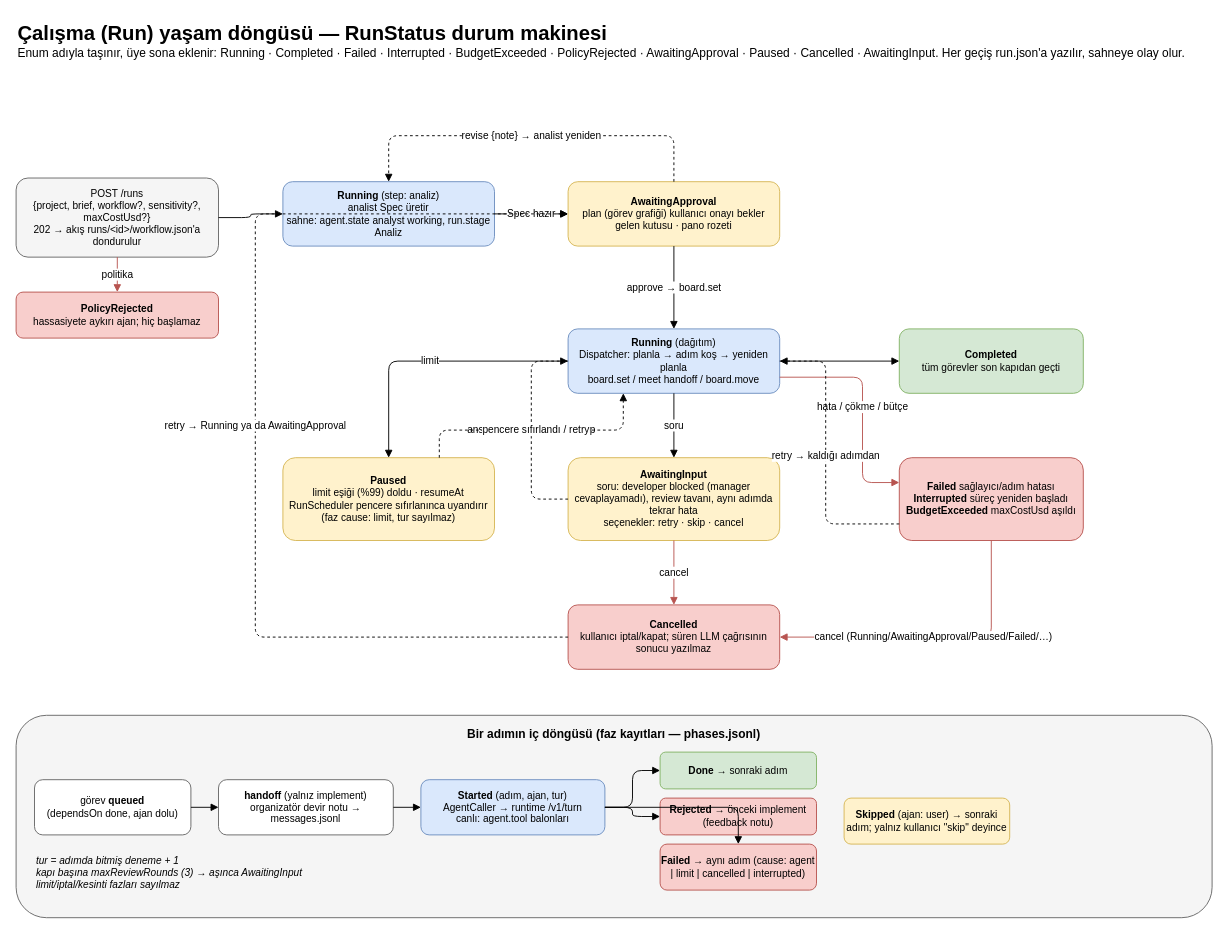
Earlier version of the draw.io diagram page "5 · Çalışma yaşam döngüsü" (5 of 8) of docs/architecture.drawio (mrhobist/mrhobist-agenticoffice). Source tidied: cells renumbered, new cells numbered last; positions are measured from the earlier drawing's top-left corner, leaving out a move shared by most shapes. Both pictures are drawn from the tidied source at 92%, with x=0, y=0 at pixel (16, 16).
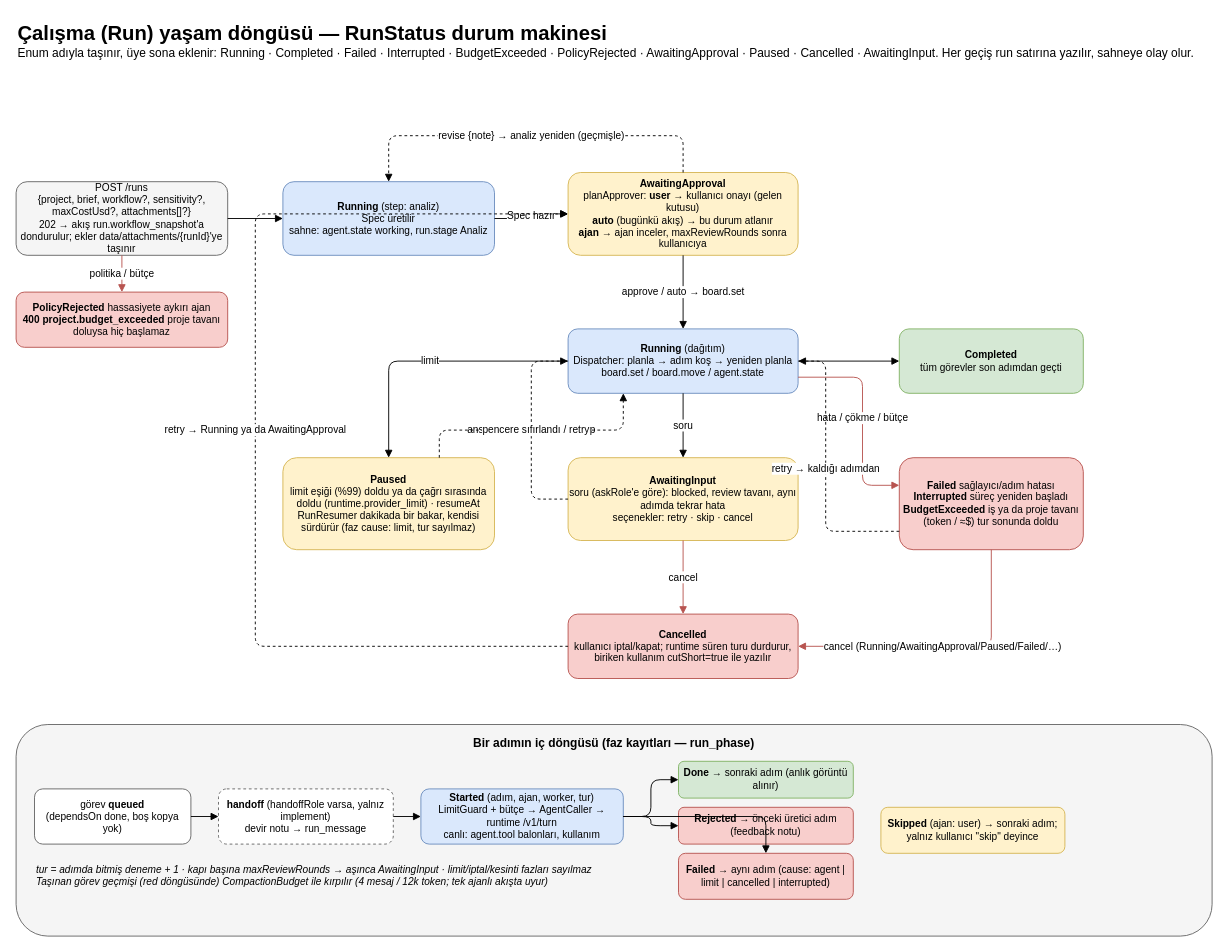
The same diagram, later.

Commit message (it also covers changes not shown here):
docs: architecture.drawio guncel mimariye gore yeniden cizildi

SQLite, tek kisilik dev kadro + kopyalar, MCP/Playwright, ekler, kesif alt ajani,
runtime'i Api'nin baslatmasi. 8 sayfa.

Diff of the diagram source:
```diff
@@
-    <mxCell id="2" value="&lt;b&gt;&lt;font style=&quot;font-size: 22px&quot;&gt;Çalışma (Run) yaşam döngüsü — RunStatus durum makinesi&lt;/font&gt;&lt;/b&gt;&lt;br&gt;Enum adıyla taşınır, üye sona eklenir: Running · Completed · Failed · Interrupted · BudgetExceeded · PolicyRejected · AwaitingApproval · Paused · Cancelled · AwaitingInput. Her geçiş run.json'a yazılır, sahneye olay olur." style="text;html=1;align=left;verticalAlign=top;whiteSpace=wrap;fontSize=13;" parent="1" vertex="1">
+    <mxCell id="2" value="&lt;b&gt;&lt;font style=&quot;font-size: 22px&quot;&gt;Çalışma (Run) yaşam döngüsü — RunStatus durum makinesi&lt;/font&gt;&lt;/b&gt;&lt;br&gt;Enum adıyla taşınır, üye sona eklenir: Running · Completed · Failed · Interrupted · BudgetExceeded · PolicyRejected · AwaitingApproval · Paused · Cancelled · AwaitingInput. Her geçiş run satırına yazılır, sahneye olay olur." style="text;html=1;align=left;verticalAlign=top;whiteSpace=wrap;fontSize=13;" parent="1" vertex="1">
       <mxGeometry width="1300" height="70" as="geometry" />
     </mxCell>
-    <mxCell id="3" value="POST /runs&lt;br&gt;{project, brief, workflow?, sensitivity?, maxCostUsd?}&lt;br&gt;202 → akış runs/&amp;lt;id&amp;gt;/workflow.json'a dondurulur" style="rounded=1;whiteSpace=wrap;html=1;fillColor=#f5f5f5;strokeColor=#666666;fontSize=11;" parent="1" vertex="1">
-      <mxGeometry y="176" width="220" height="86" as="geometry" />
+    <mxCell id="3" value="POST /runs&lt;br&gt;{project, brief, workflow?, sensitivity?, maxCostUsd?, attachments[]?}&lt;br&gt;202 → akış run.workflow_snapshot'a dondurulur; ekler data/attachments/{runId}'ye taşınır" style="rounded=1;whiteSpace=wrap;html=1;fillColor=#f5f5f5;strokeColor=#666666;fontSize=11;" parent="1" vertex="1">
+      <mxGeometry y="180" width="230" height="80" as="geometry" />
     </mxCell>
-    <mxCell id="4" value="&lt;b&gt;PolicyRejected&lt;/b&gt;&lt;br&gt;hassasiyete aykırı ajan; hiç başlamaz" style="rounded=1;whiteSpace=wrap;html=1;fillColor=#f8cecc;strokeColor=#b85450;fontSize=11;" parent="1" vertex="1">
-      <mxGeometry y="300" width="220" height="50" as="geometry" />
+    <mxCell id="4" value="&lt;b&gt;PolicyRejected&lt;/b&gt; hassasiyete aykırı ajan&lt;br&gt;&lt;b&gt;400 project.budget_exceeded&lt;/b&gt; proje tavanı doluysa hiç başlamaz" style="rounded=1;whiteSpace=wrap;html=1;fillColor=#f8cecc;strokeColor=#b85450;fontSize=11;" parent="1" vertex="1">
+      <mxGeometry y="300" width="230" height="60" as="geometry" />
     </mxCell>
-    <mxCell id="5" value="&lt;b&gt;Running&lt;/b&gt; (step: analiz)&lt;br&gt;analist Spec üretir&lt;br&gt;sahne: agent.state analyst working, run.stage Analiz" style="rounded=1;whiteSpace=wrap;html=1;fillColor=#dae8fc;strokeColor=#6c8ebf;fontSize=11;" parent="1" vertex="1">
-      <mxGeometry x="290" y="180" width="230" height="70" as="geometry" />
+    <mxCell id="5" value="&lt;b&gt;Running&lt;/b&gt; (step: analiz)&lt;br&gt;Spec üretilir&lt;br&gt;sahne: agent.state working, run.stage Analiz" style="rounded=1;whiteSpace=wrap;html=1;fillColor=#dae8fc;strokeColor=#6c8ebf;fontSize=11;" parent="1" vertex="1">
+      <mxGeometry x="290" y="180" width="230" height="80" as="geometry" />
     </mxCell>
-    <mxCell id="6" value="&lt;b&gt;AwaitingApproval&lt;/b&gt;&lt;br&gt;plan (görev grafiği) kullanıcı onayı bekler&lt;br&gt;gelen kutusu · pano rozeti" style="rounded=1;whiteSpace=wrap;html=1;fillColor=#fff2cc;strokeColor=#d6b656;fontSize=11;" parent="1" vertex="1">
-      <mxGeometry x="600" y="180" width="230" height="70" as="geometry" />
+    <mxCell id="6" value="&lt;b&gt;AwaitingApproval&lt;/b&gt;&lt;br&gt;planApprover: &lt;b&gt;user&lt;/b&gt; → kullanıcı onayı (gelen kutusu)&lt;br&gt;&lt;b&gt;auto&lt;/b&gt; (bugünkü akış) → bu durum atlanır&lt;br&gt;&lt;b&gt;ajan&lt;/b&gt; → ajan inceler, maxReviewRounds sonra kullanıcıya" style="rounded=1;whiteSpace=wrap;html=1;fillColor=#fff2cc;strokeColor=#d6b656;fontSize=11;" parent="1" vertex="1">
+      <mxGeometry x="600" y="170" width="250" height="90" as="geometry" />
     </mxCell>
-    <mxCell id="7" value="&lt;b&gt;Running&lt;/b&gt; (dağıtım)&lt;br&gt;Dispatcher: planla → adım koş → yeniden planla&lt;br&gt;board.set / meet handoff / board.move" style="rounded=1;whiteSpace=wrap;html=1;fillColor=#dae8fc;strokeColor=#6c8ebf;fontSize=11;" parent="1" vertex="1">
-      <mxGeometry x="600" y="340" width="230" height="70" as="geometry" />
+    <mxCell id="7" value="&lt;b&gt;Running&lt;/b&gt; (dağıtım)&lt;br&gt;Dispatcher: planla → adım koş → yeniden planla&lt;br&gt;board.set / board.move / agent.state" style="rounded=1;whiteSpace=wrap;html=1;fillColor=#dae8fc;strokeColor=#6c8ebf;fontSize=11;" parent="1" vertex="1">
+      <mxGeometry x="600" y="340" width="250" height="70" as="geometry" />
     </mxCell>
-    <mxCell id="8" value="&lt;b&gt;Completed&lt;/b&gt;&lt;br&gt;tüm görevler son kapıdan geçti" style="rounded=1;whiteSpace=wrap;html=1;fillColor=#d5e8d4;strokeColor=#82b366;fontSize=11;" parent="1" vertex="1">
+    <mxCell id="8" value="&lt;b&gt;Completed&lt;/b&gt;&lt;br&gt;tüm görevler son adımdan geçti" style="rounded=1;whiteSpace=wrap;html=1;fillColor=#d5e8d4;strokeColor=#82b366;fontSize=11;" parent="1" vertex="1">
       <mxGeometry x="960" y="340" width="200" height="70" as="geometry" />
     </mxCell>
-    <mxCell id="9" value="&lt;b&gt;AwaitingInput&lt;/b&gt;&lt;br&gt;soru: developer blocked (manager cevaplayamadı), review tavanı, aynı adımda tekrar hata&lt;br&gt;seçenekler: retry · skip · cancel" style="rounded=1;whiteSpace=wrap;html=1;fillColor=#fff2cc;strokeColor=#d6b656;fontSize=11;" parent="1" vertex="1">
-      <mxGeometry x="600" y="480" width="230" height="90" as="geometry" />
+    <mxCell id="9" value="&lt;b&gt;AwaitingInput&lt;/b&gt;&lt;br&gt;soru (askRole'e göre): blocked, review tavanı, aynı adımda tekrar hata&lt;br&gt;seçenekler: retry · skip · cancel" style="rounded=1;whiteSpace=wrap;html=1;fillColor=#fff2cc;strokeColor=#d6b656;fontSize=11;" parent="1" vertex="1">
+      <mxGeometry x="600" y="480" width="250" height="90" as="geometry" />
     </mxCell>
-    <mxCell id="10" value="&lt;b&gt;Paused&lt;/b&gt;&lt;br&gt;limit eşiği (%99) doldu · resumeAt&lt;br&gt;RunScheduler pencere sıfırlanınca uyandırır&lt;br&gt;(faz cause: limit, tur sayılmaz)" style="rounded=1;whiteSpace=wrap;html=1;fillColor=#fff2cc;strokeColor=#d6b656;fontSize=11;" parent="1" vertex="1">
-      <mxGeometry x="290" y="480" width="230" height="90" as="geometry" />
+    <mxCell id="10" value="&lt;b&gt;Paused&lt;/b&gt;&lt;br&gt;limit eşiği (%99) doldu ya da çağrı sırasında doldu (runtime.provider_limit) · resumeAt&lt;br&gt;RunResumer dakikada bir bakar, kendisi sürdürür (faz cause: limit, tur sayılmaz)" style="rounded=1;whiteSpace=wrap;html=1;fillColor=#fff2cc;strokeColor=#d6b656;fontSize=11;" parent="1" vertex="1">
+      <mxGeometry x="290" y="480" width="230" height="100" as="geometry" />
     </mxCell>
-    <mxCell id="11" value="&lt;b&gt;Failed&lt;/b&gt; sağlayıcı/adım hatası&lt;br&gt;&lt;b&gt;Interrupted&lt;/b&gt; süreç yeniden başladı&lt;br&gt;&lt;b&gt;BudgetExceeded&lt;/b&gt; maxCostUsd aşıldı" style="rounded=1;whiteSpace=wrap;html=1;fillColor=#f8cecc;strokeColor=#b85450;fontSize=11;" parent="1" vertex="1">
-      <mxGeometry x="960" y="480" width="200" height="90" as="geometry" />
+    <mxCell id="11" value="&lt;b&gt;Failed&lt;/b&gt; sağlayıcı/adım hatası&lt;br&gt;&lt;b&gt;Interrupted&lt;/b&gt; süreç yeniden başladı&lt;br&gt;&lt;b&gt;BudgetExceeded&lt;/b&gt; iş ya da proje tavanı (token / ≈$) tur sonunda doldu" style="rounded=1;whiteSpace=wrap;html=1;fillColor=#f8cecc;strokeColor=#b85450;fontSize=11;" parent="1" vertex="1">
+      <mxGeometry x="960" y="480" width="200" height="100" as="geometry" />
     </mxCell>
-    <mxCell id="12" value="&lt;b&gt;Cancelled&lt;/b&gt;&lt;br&gt;kullanıcı iptal/kapat; süren LLM çağrısının sonucu yazılmaz" style="rounded=1;whiteSpace=wrap;html=1;fillColor=#f8cecc;strokeColor=#b85450;fontSize=11;" parent="1" vertex="1">
-      <mxGeometry x="600" y="640" width="230" height="70" as="geometry" />
+    <mxCell id="12" value="&lt;b&gt;Cancelled&lt;/b&gt;&lt;br&gt;kullanıcı iptal/kapat; runtime süren turu durdurur, biriken kullanım cutShort=true ile yazılır" style="rounded=1;whiteSpace=wrap;html=1;fillColor=#f8cecc;strokeColor=#b85450;fontSize=11;" parent="1" vertex="1">
+      <mxGeometry x="600" y="650" width="250" height="70" as="geometry" />
     </mxCell>
@@
-    <mxCell id="14" value="politika" style="edgeStyle=orthogonalEdgeStyle;rounded=1;html=1;endArrow=block;fontSize=11;strokeColor=#b85450;" parent="1" edge="1" source="3" target="4">
+    <mxCell id="14" value="politika / bütçe" style="edgeStyle=orthogonalEdgeStyle;rounded=1;html=1;endArrow=block;fontSize=11;strokeColor=#b85450;" parent="1" edge="1" source="3" target="4">
       <mxGeometry relative="1" as="geometry" />
     </mxCell>
@@
-    <mxCell id="16" value="revise {note} → analist yeniden" style="edgeStyle=orthogonalEdgeStyle;rounded=1;html=1;endArrow=block;fontSize=11;dashed=1;" parent="1" edge="1" source="6" target="5">
+    <mxCell id="16" value="revise {note} → analiz yeniden (geçmişle)" style="edgeStyle=orthogonalEdgeStyle;rounded=1;html=1;endArrow=block;fontSize=11;dashed=1;" parent="1" edge="1" source="6" target="5">
       <mxGeometry relative="1" as="geometry">
         <Array as="points">
-          <mxPoint x="715" y="130" />
+          <mxPoint x="725" y="130" />
           <mxPoint x="405" y="130" />
         </Array>
       </mxGeometry>
     </mxCell>
-    <mxCell id="17" value="approve → board.set" style="edgeStyle=orthogonalEdgeStyle;rounded=1;html=1;endArrow=block;fontSize=11;" parent="1" edge="1" source="6" target="7">
+    <mxCell id="17" value="approve / auto → board.set" style="edgeStyle=orthogonalEdgeStyle;rounded=1;html=1;endArrow=block;fontSize=11;" parent="1" edge="1" source="6" target="7">
       <mxGeometry relative="1" as="geometry" />
     </mxCell>
@@
     <mxCell id="23" value="hata / çökme / bütçe" style="edgeStyle=orthogonalEdgeStyle;rounded=1;html=1;endArrow=block;fontSize=11;strokeColor=#b85450;exitX=1;exitY=0.75;entryX=0;entryY=0.3;" parent="1" edge="1" source="7" target="11">
       <mxGeometry relative="1" as="geometry">
         <Array as="points">
           <mxPoint x="920" y="392" />
-          <mxPoint x="920" y="507" />
+          <mxPoint x="920" y="510" />
         </Array>
       </mxGeometry>
     </mxCell>
     <mxCell id="24" value="retry → kaldığı adımdan" style="edgeStyle=orthogonalEdgeStyle;rounded=1;html=1;endArrow=block;fontSize=11;dashed=1;exitX=0;exitY=0.8;entryX=1;entryY=0.5;" parent="1" edge="1" source="11" target="7">
       <mxGeometry relative="1" as="geometry">
         <Array as="points">
-          <mxPoint x="880" y="552" />
+          <mxPoint x="880" y="560" />
           <mxPoint x="880" y="375" />
         </Array>
       </mxGeometry>
     </mxCell>
@@
     <mxCell id="26" value="cancel (Running/AwaitingApproval/Paused/Failed/…)" style="edgeStyle=orthogonalEdgeStyle;rounded=1;html=1;endArrow=block;fontSize=11;strokeColor=#b85450;" parent="1" edge="1" source="11" target="12">
       <mxGeometry relative="1" as="geometry">
         <Array as="points">
-          <mxPoint x="1060" y="675" />
+          <mxPoint x="1060" y="685" />
         </Array>
       </mxGeometry>
     </mxCell>
     <mxCell id="27" value="retry → Running ya da AwaitingApproval" style="edgeStyle=orthogonalEdgeStyle;rounded=1;html=1;endArrow=block;fontSize=11;dashed=1;" parent="1" edge="1" source="12" target="6">
       <mxGeometry relative="1" as="geometry">
         <Array as="points">
-          <mxPoint x="260" y="675" />
+          <mxPoint x="260" y="685" />
           <mxPoint x="260" y="215" />
         </Array>
       </mxGeometry>
     </mxCell>
-    <mxCell id="28" value="&lt;b&gt;Bir adımın iç döngüsü (faz kayıtları — phases.jsonl)&lt;/b&gt;" style="rounded=1;whiteSpace=wrap;html=1;fillColor=#f5f5f5;strokeColor=#666666;verticalAlign=top;fontSize=13;spacingTop=6;" parent="1" vertex="1">
-      <mxGeometry y="760" width="1300" height="220" as="geometry" />
+    <mxCell id="28" value="&lt;b&gt;Bir adımın iç döngüsü (faz kayıtları — run_phase)&lt;/b&gt;" style="rounded=1;whiteSpace=wrap;html=1;fillColor=#f5f5f5;strokeColor=#666666;verticalAlign=top;fontSize=13;spacingTop=6;" parent="1" vertex="1">
+      <mxGeometry y="770" width="1300" height="230" as="geometry" />
     </mxCell>
-    <mxCell id="29" value="görev &lt;b&gt;queued&lt;/b&gt;&lt;br&gt;(dependsOn done, ajan dolu)" style="rounded=1;whiteSpace=wrap;html=1;fillColor=#ffffff;strokeColor=#666666;fontSize=11;" parent="1" vertex="1">
-      <mxGeometry x="20" y="830" width="170" height="60" as="geometry" />
+    <mxCell id="29" value="görev &lt;b&gt;queued&lt;/b&gt;&lt;br&gt;(dependsOn done, boş kopya yok)" style="rounded=1;whiteSpace=wrap;html=1;fillColor=#ffffff;strokeColor=#666666;fontSize=11;" parent="1" vertex="1">
+      <mxGeometry x="20" y="840" width="170" height="60" as="geometry" />
     </mxCell>
-    <mxCell id="30" value="&lt;b&gt;handoff&lt;/b&gt; (yalnız implement)&lt;br&gt;organizatör devir notu → messages.jsonl" style="rounded=1;whiteSpace=wrap;html=1;fillColor=#ffffff;strokeColor=#666666;fontSize=11;" parent="1" vertex="1">
-      <mxGeometry x="220" y="830" width="190" height="60" as="geometry" />
+    <mxCell id="30" value="&lt;b&gt;handoff&lt;/b&gt; (handoffRole varsa, yalnız implement)&lt;br&gt;devir notu → run_message" style="rounded=1;whiteSpace=wrap;html=1;fillColor=#ffffff;strokeColor=#666666;fontSize=11;dashed=1;" parent="1" vertex="1">
+      <mxGeometry x="220" y="840" width="190" height="60" as="geometry" />
     </mxCell>
-    <mxCell id="31" value="&lt;b&gt;Started&lt;/b&gt; (adım, ajan, tur)&lt;br&gt;AgentCaller → runtime /v1/turn&lt;br&gt;canlı: agent.tool balonları" style="rounded=1;whiteSpace=wrap;html=1;fillColor=#dae8fc;strokeColor=#6c8ebf;fontSize=11;" parent="1" vertex="1">
-      <mxGeometry x="440" y="830" width="200" height="60" as="geometry" />
+    <mxCell id="31" value="&lt;b&gt;Started&lt;/b&gt; (adım, ajan, worker, tur)&lt;br&gt;LimitGuard + bütçe → AgentCaller → runtime /v1/turn&lt;br&gt;canlı: agent.tool balonları, kullanım" style="rounded=1;whiteSpace=wrap;html=1;fillColor=#dae8fc;strokeColor=#6c8ebf;fontSize=11;" parent="1" vertex="1">
+      <mxGeometry x="440" y="840" width="220" height="60" as="geometry" />
     </mxCell>
-    <mxCell id="32" value="&lt;b&gt;Done&lt;/b&gt; → sonraki adım" style="rounded=1;whiteSpace=wrap;html=1;fillColor=#d5e8d4;strokeColor=#82b366;fontSize=11;" parent="1" vertex="1">
-      <mxGeometry x="700" y="800" width="170" height="40" as="geometry" />
+    <mxCell id="32" value="&lt;b&gt;Done&lt;/b&gt; → sonraki adım (anlık görüntü alınır)" style="rounded=1;whiteSpace=wrap;html=1;fillColor=#d5e8d4;strokeColor=#82b366;fontSize=11;" parent="1" vertex="1">
+      <mxGeometry x="720" y="810" width="190" height="40" as="geometry" />
     </mxCell>
-    <mxCell id="33" value="&lt;b&gt;Rejected&lt;/b&gt; → önceki implement (feedback notu)" style="rounded=1;whiteSpace=wrap;html=1;fillColor=#f8cecc;strokeColor=#b85450;fontSize=11;" parent="1" vertex="1">
-      <mxGeometry x="700" y="850" width="170" height="40" as="geometry" />
+    <mxCell id="33" value="&lt;b&gt;Rejected&lt;/b&gt; → önceki üretici adım (feedback notu)" style="rounded=1;whiteSpace=wrap;html=1;fillColor=#f8cecc;strokeColor=#b85450;fontSize=11;" parent="1" vertex="1">
+      <mxGeometry x="720" y="860" width="190" height="40" as="geometry" />
     </mxCell>
     <mxCell id="34" value="&lt;b&gt;Failed&lt;/b&gt; → aynı adım (cause: agent | limit | cancelled | interrupted)" style="rounded=1;whiteSpace=wrap;html=1;fillColor=#f8cecc;strokeColor=#b85450;fontSize=11;" parent="1" vertex="1">
-      <mxGeometry x="700" y="900" width="170" height="50" as="geometry" />
+      <mxGeometry x="720" y="910" width="190" height="50" as="geometry" />
     </mxCell>
     <mxCell id="35" value="&lt;b&gt;Skipped&lt;/b&gt; (ajan: user) → sonraki adım; yalnız kullanıcı &quot;skip&quot; deyince" style="rounded=1;whiteSpace=wrap;html=1;fillColor=#fff2cc;strokeColor=#d6b656;fontSize=11;" parent="1" vertex="1">
-      <mxGeometry x="900" y="850" width="180" height="50" as="geometry" />
+      <mxGeometry x="940" y="860" width="200" height="50" as="geometry" />
     </mxCell>
-    <mxCell id="36" value="tur = adımda bitmiş deneme + 1&lt;br&gt;kapı başına maxReviewRounds (3) → aşınca AwaitingInput&lt;br&gt;limit/iptal/kesinti fazları sayılmaz" style="text;html=1;align=left;verticalAlign=top;whiteSpace=wrap;fontSize=11;fontStyle=2;" parent="1" vertex="1">
-      <mxGeometry x="20" y="905" width="600" height="70" as="geometry" />
+    <mxCell id="36" value="tur = adımda bitmiş deneme + 1 · kapı başına maxReviewRounds → aşınca AwaitingInput · limit/iptal/kesinti fazları sayılmaz&lt;br&gt;Taşınan görev geçmişi (red döngüsünde) CompactionBudget ile kırpılır (4 mesaj / 12k token; tek ajanlı akışta uyur)" style="text;html=1;align=left;verticalAlign=top;whiteSpace=wrap;fontSize=11;fontStyle=2;" parent="1" vertex="1">
+      <mxGeometry x="20" y="915" width="680" height="70" as="geometry" />
     </mxCell>
```
